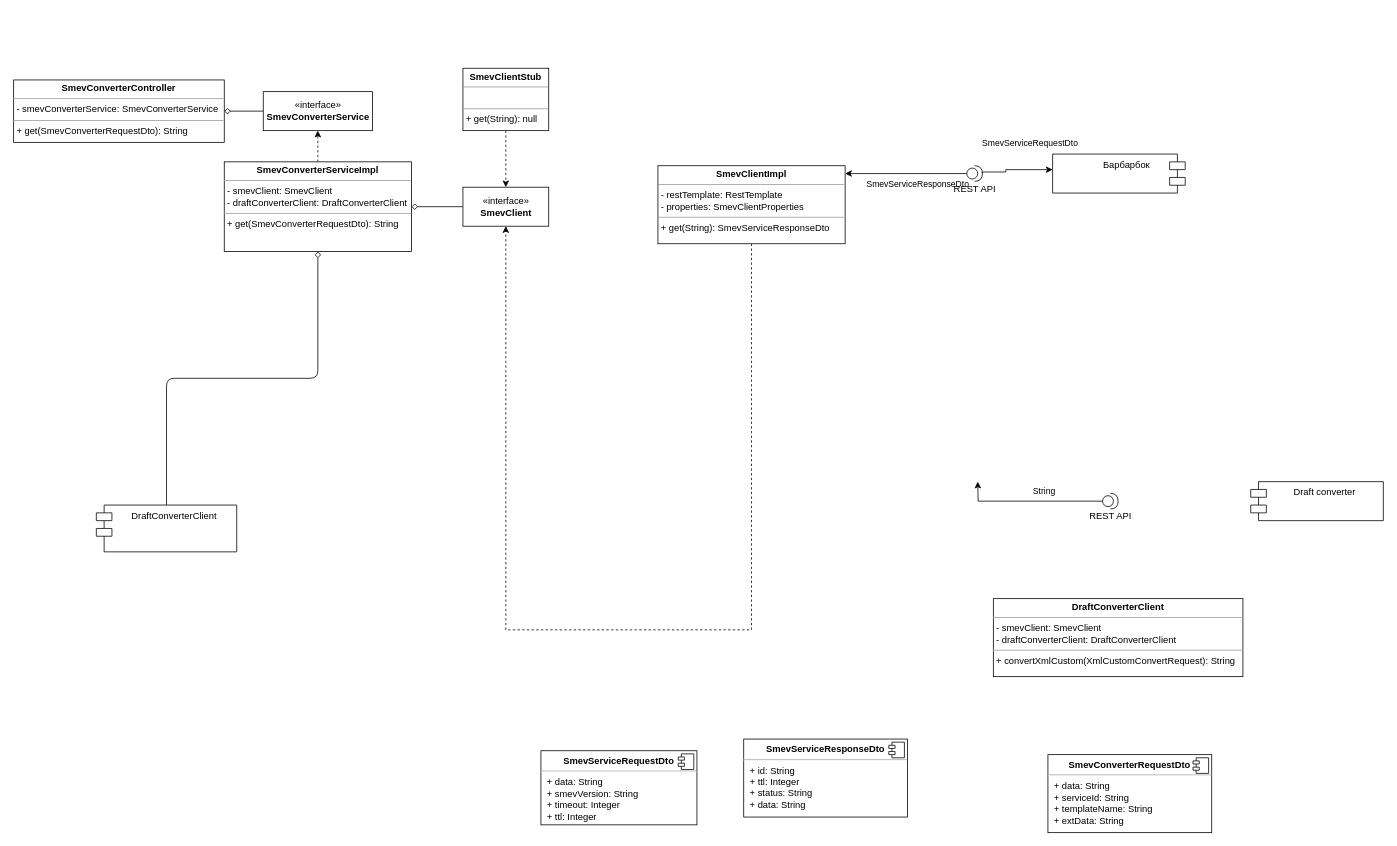
The draw.io diagram Untitled Diagram.drawio in levgenix/It_One, before the edit. Source tidied: cells renumbered, new cells numbered last; positions are measured from the earlier drawing's top-left corner, leaving out a move shared by most shapes. Both pictures are drawn from the tidied source at 78%, with x=0, y=0 at pixel (13, 68).
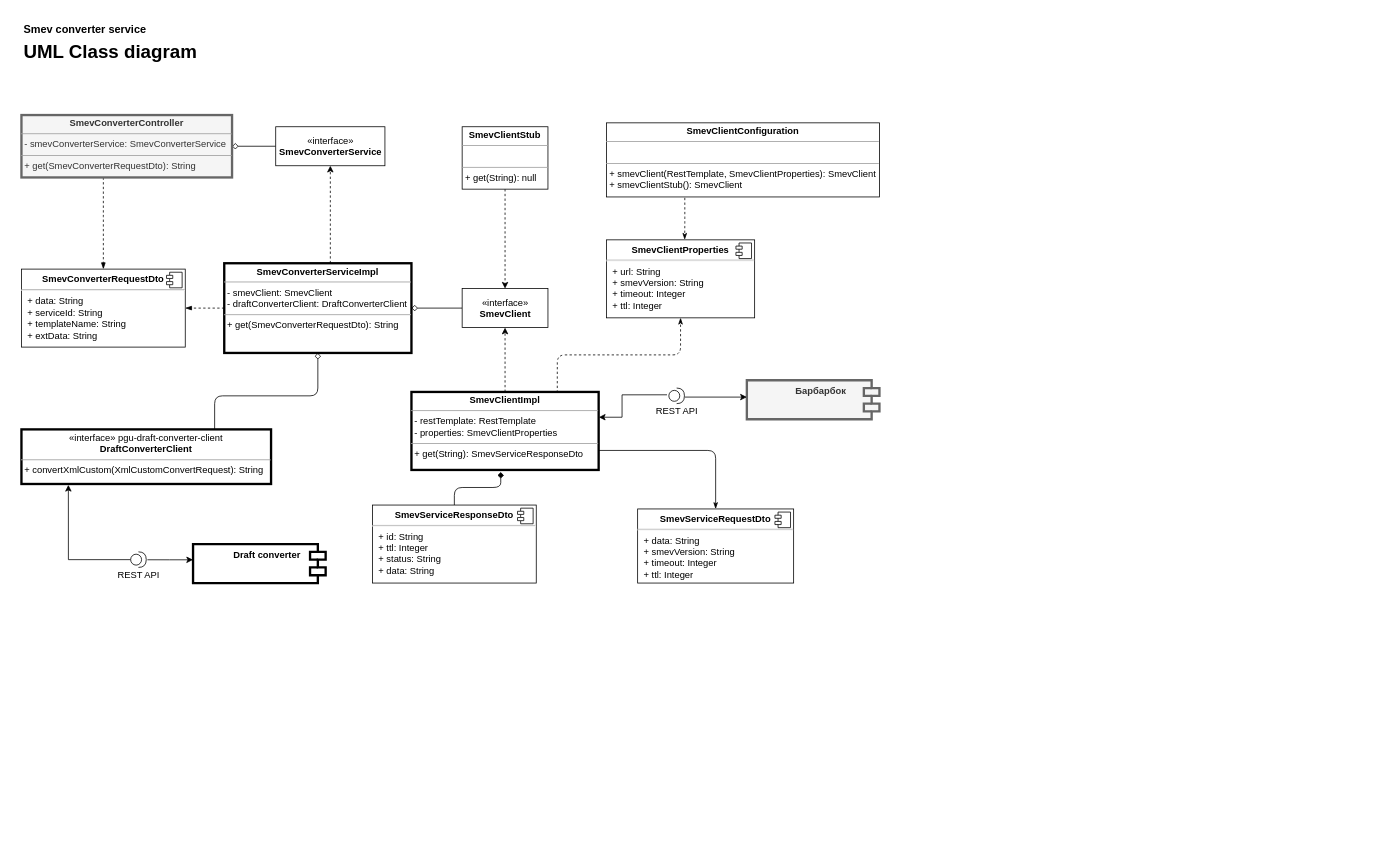
Above is the later version.

The edit, as a diff of the source:
```diff
@@
-    <mxCell id="2" style="edgeStyle=orthogonalEdgeStyle;jettySize=auto;html=1;exitX=0;exitY=0.5;exitDx=0;exitDy=0;exitPerimeter=0;rounded=0;" parent="1" edge="1" source="9">
-      <mxGeometry relative="1" as="geometry">
-        <mxPoint x="1236" y="530" as="targetPoint" />
-      </mxGeometry>
-    </mxCell>
-    <mxCell id="3" value="String" style="edgeLabel;html=1;align=center;verticalAlign=middle;rounded=0;" parent="2" vertex="1">
-      <mxGeometry x="-0.21" y="2" relative="1" as="geometry">
-        <mxPoint x="-3" y="-16" as="offset" />
-      </mxGeometry>
-    </mxCell>
     <mxCell id="4" style="edgeStyle=orthogonalEdgeStyle;jettySize=auto;html=1;dashed=1;rounded=0;" parent="1" edge="1" source="6" target="7">
-      <mxGeometry relative="1" as="geometry" />
+      <mxGeometry relative="1" as="geometry">
+        <Array as="points">
+          <mxPoint x="406" y="210" />
+          <mxPoint x="406" y="210" />
+        </Array>
+      </mxGeometry>
     </mxCell>
@@
-    <mxCell id="6" value="&lt;p style=&quot;margin: 0px ; margin-top: 4px ; text-align: center&quot;&gt;&lt;b&gt;SmevConverterServiceImpl&lt;/b&gt;&lt;br&gt;&lt;/p&gt;&lt;hr size=&quot;1&quot;&gt;&lt;p style=&quot;margin: 0px ; margin-left: 4px&quot;&gt;&lt;span&gt;-&amp;nbsp;smevClient:&amp;nbsp;SmevClient&lt;/span&gt;&lt;br&gt;&lt;/p&gt;&lt;p style=&quot;margin: 0px ; margin-left: 4px&quot;&gt;- draftConverterClient: DraftConverterClient&lt;/p&gt;&lt;hr size=&quot;1&quot;&gt;&lt;p style=&quot;margin: 0px ; margin-left: 4px&quot;&gt;+ get(SmevConverterRequestDto): String&lt;/p&gt;" style="verticalAlign=top;align=left;overflow=fill;fontSize=12;fontFamily=Helvetica;html=1;rounded=0;" parent="1" vertex="1">
-      <mxGeometry x="270" y="120" width="240" height="115" as="geometry" />
+    <mxCell id="6" value="&lt;p style=&quot;margin: 0px ; margin-top: 4px ; text-align: center&quot;&gt;&lt;b&gt;SmevConverterServiceImpl&lt;/b&gt;&lt;br&gt;&lt;/p&gt;&lt;hr size=&quot;1&quot;&gt;&lt;p style=&quot;margin: 0px ; margin-left: 4px&quot;&gt;&lt;span&gt;-&amp;nbsp;smevClient:&amp;nbsp;SmevClient&lt;/span&gt;&lt;br&gt;&lt;/p&gt;&lt;p style=&quot;margin: 0px ; margin-left: 4px&quot;&gt;- draftConverterClient: DraftConverterClient&lt;/p&gt;&lt;hr size=&quot;1&quot;&gt;&lt;p style=&quot;margin: 0px ; margin-left: 4px&quot;&gt;+ get(SmevConverterRequestDto): String&lt;/p&gt;" style="verticalAlign=top;align=left;overflow=fill;fontSize=12;fontFamily=Helvetica;html=1;rounded=0;strokeWidth=3;" parent="1" vertex="1">
+      <mxGeometry x="270" y="250" width="240" height="115" as="geometry" />
     </mxCell>
     <mxCell id="7" value="«interface»&lt;br&gt;&lt;b&gt;SmevConverterService&lt;/b&gt;" style="html=1;rounded=0;" parent="1" vertex="1">
-      <mxGeometry x="320" y="30" width="140" height="50" as="geometry" />
+      <mxGeometry x="336" y="75" width="140" height="50" as="geometry" />
     </mxCell>
-    <mxCell id="8" value="Draft converter" style="shape=module;align=left;spacingLeft=20;align=center;verticalAlign=top;rounded=0;" parent="1" vertex="1">
-      <mxGeometry x="1586" y="530" width="170" height="50" as="geometry" />
+    <mxCell id="8" value="Draft converter" style="shape=module;align=left;spacingLeft=20;align=center;verticalAlign=top;rounded=0;flipH=1;strokeWidth=3;fontStyle=1;" parent="1" vertex="1">
+      <mxGeometry x="230" y="610" width="170" height="50" as="geometry" />
     </mxCell>
-    <mxCell id="9" value="REST API" style="shape=providedRequiredInterface;html=1;verticalLabelPosition=bottom;sketch=0;rounded=0;" parent="1" vertex="1">
-      <mxGeometry x="1396" y="545" width="20" height="20" as="geometry" />
-    </mxCell>
-    <mxCell id="10" style="edgeStyle=orthogonalEdgeStyle;jettySize=auto;html=1;entryX=0.5;entryY=1;entryDx=0;entryDy=0;dashed=1;rounded=0;" parent="1" edge="1" source="11" target="19">
-      <mxGeometry relative="1" as="geometry">
-        <Array as="points">
-          <mxPoint x="640" y="720" />
-          <mxPoint x="701" y="720" />
-        </Array>
-      </mxGeometry>
+    <mxCell id="10" style="edgeStyle=orthogonalEdgeStyle;jettySize=auto;html=1;entryX=0.5;entryY=1;entryDx=0;entryDy=0;dashed=1;rounded=0;exitX=0.5;exitY=0;exitDx=0;exitDy=0;" parent="1" edge="1" source="11" target="19">
+      <mxGeometry relative="1" as="geometry" />
     </mxCell>
+    <mxCell id="32" style="edgeStyle=orthogonalEdgeStyle;jettySize=auto;html=1;endArrow=classicThin;endFill=1;exitX=0.999;exitY=0.724;exitDx=0;exitDy=0;exitPerimeter=0;" parent="1" edge="1" source="11" target="23">
+      <mxGeometry relative="1" as="geometry">
+        <Array as="points">
+          <mxPoint x="730" y="490" />
+          <mxPoint x="830" y="490" />
+          <mxPoint x="900" y="490" />
+        </Array>
+      </mxGeometry>
+    </mxCell>
-    <mxCell id="11" value="&lt;p style=&quot;margin: 0px ; margin-top: 4px ; text-align: center&quot;&gt;&lt;b&gt;SmevClientImpl&lt;/b&gt;&lt;br&gt;&lt;/p&gt;&lt;hr size=&quot;1&quot;&gt;&lt;p style=&quot;margin: 0px ; margin-left: 4px&quot;&gt;&lt;span&gt;-&amp;nbsp;restTemplate:&amp;nbsp;RestTemplate&lt;/span&gt;&lt;br&gt;&lt;/p&gt;&lt;p style=&quot;margin: 0px ; margin-left: 4px&quot;&gt;- properties: SmevClientProperties&lt;/p&gt;&lt;hr size=&quot;1&quot;&gt;&lt;p style=&quot;margin: 0px ; margin-left: 4px&quot;&gt;+ get(String): SmevServiceResponseDto&lt;/p&gt;" style="verticalAlign=top;align=left;overflow=fill;fontSize=12;fontFamily=Helvetica;html=1;rounded=0;" parent="1" vertex="1">
-      <mxGeometry x="826" y="125" width="240" height="100" as="geometry" />
+    <mxCell id="11" value="&lt;p style=&quot;margin: 0px ; margin-top: 4px ; text-align: center&quot;&gt;&lt;b&gt;SmevClientImpl&lt;/b&gt;&lt;br&gt;&lt;/p&gt;&lt;hr size=&quot;1&quot;&gt;&lt;p style=&quot;margin: 0px ; margin-left: 4px&quot;&gt;&lt;span&gt;-&amp;nbsp;restTemplate:&amp;nbsp;RestTemplate&lt;/span&gt;&lt;br&gt;&lt;/p&gt;&lt;p style=&quot;margin: 0px ; margin-left: 4px&quot;&gt;- properties: SmevClientProperties&lt;/p&gt;&lt;hr size=&quot;1&quot;&gt;&lt;p style=&quot;margin: 0px ; margin-left: 4px&quot;&gt;+ get(String): SmevServiceResponseDto&lt;/p&gt;" style="verticalAlign=top;align=left;overflow=fill;fontSize=12;fontFamily=Helvetica;html=1;rounded=0;strokeWidth=3;" parent="1" vertex="1">
+      <mxGeometry x="510" y="415" width="240" height="100" as="geometry" />
     </mxCell>
-    <mxCell id="12" value="Барбарбок" style="shape=module;align=left;spacingLeft=20;align=center;verticalAlign=top;flipH=1;rounded=0;" parent="1" vertex="1">
-      <mxGeometry x="1332" y="110" width="170" height="50" as="geometry" />
+    <mxCell id="12" value="Барбарбок" style="shape=module;align=left;spacingLeft=20;align=center;verticalAlign=top;flipH=1;rounded=0;strokeWidth=3;fontStyle=1;fillColor=#f5f5f5;fontColor=#333333;strokeColor=#666666;" parent="1" vertex="1">
+      <mxGeometry x="940" y="400" width="170" height="50" as="geometry" />
     </mxCell>
-    <mxCell id="13" style="edgeStyle=orthogonalEdgeStyle;jettySize=auto;html=1;exitX=0;exitY=0.5;exitDx=0;exitDy=0;exitPerimeter=0;rounded=0;" parent="1" edge="1" source="17" target="11">
+    <mxCell id="13" style="edgeStyle=orthogonalEdgeStyle;jettySize=auto;html=1;rounded=0;exitX=1.035;exitY=0.579;exitDx=0;exitDy=0;entryX=1;entryY=0.432;entryDx=0;entryDy=0;exitPerimeter=0;entryPerimeter=0;" parent="1" edge="1" source="17" target="12">
       <mxGeometry relative="1" as="geometry">
         <Array as="points">
-          <mxPoint x="1222" y="135" />
+          <mxPoint x="861" y="422" />
+          <mxPoint x="900" y="422" />
         </Array>
       </mxGeometry>
     </mxCell>
-    <mxCell id="14" value="SmevServiceResponseDto" style="edgeLabel;html=1;align=center;verticalAlign=middle;rounded=0;" parent="13" vertex="1">
-      <mxGeometry x="-0.19" relative="1" as="geometry">
-        <mxPoint x="-1" y="13" as="offset" />
-      </mxGeometry>
-    </mxCell>
-    <mxCell id="15" style="edgeStyle=orthogonalEdgeStyle;jettySize=auto;html=1;exitX=1;exitY=0.5;exitDx=0;exitDy=0;exitPerimeter=0;rounded=0;" parent="1" edge="1" source="17" target="12">
+    <mxCell id="15" style="edgeStyle=orthogonalEdgeStyle;jettySize=auto;html=1;rounded=0;exitX=-0.117;exitY=0.433;exitDx=0;exitDy=0;exitPerimeter=0;entryX=1.001;entryY=0.324;entryDx=0;entryDy=0;entryPerimeter=0;" parent="1" edge="1" source="17" target="11">
       <mxGeometry relative="1" as="geometry">
         <Array as="points">
-          <mxPoint x="1242" y="133" />
-          <mxPoint x="1272" y="133" />
-          <mxPoint x="1272" y="130" />
+          <mxPoint x="780" y="419" />
+          <mxPoint x="780" y="447" />
+          <mxPoint x="750" y="447" />
         </Array>
       </mxGeometry>
     </mxCell>
-    <mxCell id="16" value="SmevServiceRequestDto" style="edgeLabel;html=1;align=center;verticalAlign=middle;rounded=0;" parent="15" vertex="1">
-      <mxGeometry x="-0.05" y="-1" relative="1" as="geometry">
-        <mxPoint x="20" y="-36" as="offset" />
-      </mxGeometry>
-    </mxCell>
     <mxCell id="17" value="REST API" style="shape=providedRequiredInterface;html=1;verticalLabelPosition=bottom;sketch=0;rounded=0;" parent="1" vertex="1">
-      <mxGeometry x="1222" y="125" width="20" height="20" as="geometry" />
+      <mxGeometry x="840" y="410" width="20" height="20" as="geometry" />
     </mxCell>
@@
     <mxCell id="19" value="«interface»&lt;br&gt;&lt;b&gt;SmevClient&lt;/b&gt;" style="html=1;rounded=0;" parent="1" vertex="1">
-      <mxGeometry x="576" y="152.5" width="110" height="50" as="geometry" />
+      <mxGeometry x="575" y="282.5" width="110" height="50" as="geometry" />
     </mxCell>
     <mxCell id="20" style="edgeStyle=orthogonalEdgeStyle;jettySize=auto;html=1;entryX=0.5;entryY=0;entryDx=0;entryDy=0;dashed=1;rounded=0;exitX=0.5;exitY=1;exitDx=0;exitDy=0;" parent="1" edge="1" source="21" target="19">
       <mxGeometry relative="1" as="geometry">
         <Array as="points">
-          <mxPoint x="631" y="120" />
-          <mxPoint x="631" y="120" />
+          <mxPoint x="630" y="157.5" />
+          <mxPoint x="630" y="157.5" />
         </Array>
       </mxGeometry>
     </mxCell>
     <mxCell id="21" value="&lt;p style=&quot;margin: 0px ; margin-top: 4px ; text-align: center&quot;&gt;&lt;b&gt;SmevClientStub&lt;/b&gt;&lt;br&gt;&lt;/p&gt;&lt;hr size=&quot;1&quot;&gt;&lt;p style=&quot;margin: 0px ; margin-left: 4px&quot;&gt;&lt;br&gt;&lt;/p&gt;&lt;hr size=&quot;1&quot;&gt;&lt;p style=&quot;margin: 0px ; margin-left: 4px&quot;&gt;+ get(String): null&lt;/p&gt;" style="verticalAlign=top;align=left;overflow=fill;fontSize=12;fontFamily=Helvetica;html=1;rounded=0;" parent="1" vertex="1">
-      <mxGeometry x="576" width="110" height="80" as="geometry" />
+      <mxGeometry x="575" y="75" width="110" height="80" as="geometry" />
     </mxCell>
-    <mxCell id="22" value="&lt;p style=&quot;margin: 0px ; margin-top: 4px ; text-align: center&quot;&gt;&lt;b&gt;DraftConverterClient&lt;/b&gt;&lt;br&gt;&lt;/p&gt;&lt;hr size=&quot;1&quot;&gt;&lt;p style=&quot;margin: 0px ; margin-left: 4px&quot;&gt;&lt;span&gt;-&amp;nbsp;smevClient:&amp;nbsp;SmevClient&lt;/span&gt;&lt;br&gt;&lt;/p&gt;&lt;p style=&quot;margin: 0px ; margin-left: 4px&quot;&gt;- draftConverterClient: DraftConverterClient&lt;/p&gt;&lt;hr size=&quot;1&quot;&gt;&lt;p style=&quot;margin: 0px ; margin-left: 4px&quot;&gt;+ convertXmlCustom(XmlCustomConvertRequest): String&lt;/p&gt;" style="verticalAlign=top;align=left;overflow=fill;fontSize=12;fontFamily=Helvetica;html=1;rounded=0;" parent="1" vertex="1">
-      <mxGeometry x="1256" y="680" width="320" height="100" as="geometry" />
+    <mxCell id="22" value="&lt;p style=&quot;margin: 0px ; margin-top: 4px ; text-align: center&quot;&gt;«interface»&amp;nbsp;pgu-draft-converter-client&lt;b&gt;&lt;br&gt;DraftConverterClient&lt;/b&gt;&lt;br&gt;&lt;/p&gt;&lt;hr size=&quot;1&quot;&gt;&lt;p style=&quot;margin: 0px ; margin-left: 4px&quot;&gt;&lt;/p&gt;&lt;p style=&quot;margin: 0px ; margin-left: 4px&quot;&gt;+ convertXmlCustom(XmlCustomConvertRequest): String&lt;/p&gt;" style="verticalAlign=top;align=left;overflow=fill;fontSize=12;fontFamily=Helvetica;html=1;rounded=0;strokeWidth=3;" parent="1" vertex="1">
+      <mxGeometry x="10" y="463" width="320" height="70" as="geometry" />
     </mxCell>
     <mxCell id="23" value="&lt;p style=&quot;margin: 0px ; margin-top: 6px ; text-align: center&quot;&gt;&lt;b&gt;SmevServiceRequestDto&lt;/b&gt;&lt;br&gt;&lt;/p&gt;&lt;hr&gt;&lt;p style=&quot;margin: 0px ; margin-left: 8px&quot;&gt;+ data: String&lt;br&gt;+ smevVersion: String&lt;/p&gt;&lt;p style=&quot;margin: 0px ; margin-left: 8px&quot;&gt;+&amp;nbsp;timeout:&amp;nbsp;Integer&lt;/p&gt;&lt;p style=&quot;margin: 0px ; margin-left: 8px&quot;&gt;+ ttl: Integer&lt;/p&gt;" style="align=left;overflow=fill;html=1;rounded=0;" parent="1" vertex="1">
-      <mxGeometry x="676" y="875" width="200" height="95" as="geometry" />
+      <mxGeometry x="800" y="565" width="200" height="95" as="geometry" />
     </mxCell>
@@
+    <mxCell id="33" style="edgeStyle=orthogonalEdgeStyle;jettySize=auto;html=1;entryX=0.477;entryY=1.027;entryDx=0;entryDy=0;entryPerimeter=0;endArrow=diamond;endFill=1;" parent="1" edge="1" source="25" target="11">
+      <mxGeometry relative="1" as="geometry" />
+    </mxCell>
     <mxCell id="25" value="&lt;p style=&quot;margin: 0px ; margin-top: 6px ; text-align: center&quot;&gt;&lt;b&gt;SmevServiceResponseDto&lt;/b&gt;&lt;br&gt;&lt;/p&gt;&lt;hr&gt;&lt;p style=&quot;margin: 0px ; margin-left: 8px&quot;&gt;+ id: String&lt;br&gt;+ ttl: Integer&lt;/p&gt;&lt;p style=&quot;margin: 0px ; margin-left: 8px&quot;&gt;+&amp;nbsp;status: String&lt;/p&gt;&lt;p style=&quot;margin: 0px ; margin-left: 8px&quot;&gt;+ data: String&lt;/p&gt;" style="align=left;overflow=fill;html=1;rounded=0;" parent="1" vertex="1">
-      <mxGeometry x="936" y="860" width="210" height="100" as="geometry" />
+      <mxGeometry x="460" y="560" width="210" height="100" as="geometry" />
     </mxCell>
@@
+    <mxCell id="34" style="edgeStyle=orthogonalEdgeStyle;jettySize=auto;html=1;endArrow=blockThin;endFill=1;dashed=1;" parent="1" edge="1" source="6" target="27">
+      <mxGeometry relative="1" as="geometry" />
+    </mxCell>
     <mxCell id="27" value="&lt;p style=&quot;margin: 0px ; margin-top: 6px ; text-align: center&quot;&gt;&lt;b&gt;SmevConverterRequestDto&lt;/b&gt;&lt;br&gt;&lt;/p&gt;&lt;hr&gt;&lt;p style=&quot;margin: 0px ; margin-left: 8px&quot;&gt;+ data: String&lt;br&gt;+ serviceId: String&lt;/p&gt;&lt;p style=&quot;margin: 0px ; margin-left: 8px&quot;&gt;+&amp;nbsp;templateName:&amp;nbsp;String&lt;/p&gt;&lt;p style=&quot;margin: 0px ; margin-left: 8px&quot;&gt;+ extData: String&lt;/p&gt;" style="align=left;overflow=fill;html=1;rounded=0;" parent="1" vertex="1">
-      <mxGeometry x="1326" y="880" width="210" height="100" as="geometry" />
+      <mxGeometry x="10" y="257.5" width="210" height="100" as="geometry" />
     </mxCell>
@@
-    <mxCell id="29" style="edgeStyle=orthogonalEdgeStyle;jettySize=auto;html=1;entryX=0.5;entryY=1;entryDx=0;entryDy=0;endArrow=diamond;endFill=0;" parent="1" edge="1" source="30" target="6">
-      <mxGeometry relative="1" as="geometry" />
+    <mxCell id="29" style="edgeStyle=orthogonalEdgeStyle;jettySize=auto;html=1;endArrow=diamond;endFill=0;exitX=0.774;exitY=-0.005;exitDx=0;exitDy=0;exitPerimeter=0;" parent="1" edge="1" source="22" target="6">
+      <mxGeometry relative="1" as="geometry">
+        <Array as="points">
+          <mxPoint x="258" y="420" />
+          <mxPoint x="390" y="420" />
+        </Array>
+      </mxGeometry>
     </mxCell>
-    <mxCell id="30" value="DraftConverterClient" style="shape=module;align=left;spacingLeft=20;align=center;verticalAlign=top;" parent="1" vertex="1">
-      <mxGeometry x="106" y="560" width="180" height="60" as="geometry" />
-    </mxCell>
+    <mxCell id="35" style="edgeStyle=orthogonalEdgeStyle;jettySize=auto;html=1;entryX=0.5;entryY=0;entryDx=0;entryDy=0;dashed=1;endArrow=blockThin;endFill=1;" parent="1" edge="1" source="31" target="27">
+      <mxGeometry relative="1" as="geometry">
+        <Array as="points">
+          <mxPoint x="115" y="200" />
+          <mxPoint x="115" y="200" />
+        </Array>
+      </mxGeometry>
+    </mxCell>
-    <mxCell id="31" value="&lt;p style=&quot;margin: 0px ; margin-top: 4px ; text-align: center&quot;&gt;&lt;b&gt;SmevConverterController&lt;/b&gt;&lt;br&gt;&lt;/p&gt;&lt;hr size=&quot;1&quot;&gt;&lt;p style=&quot;margin: 0px ; margin-left: 4px&quot;&gt;&lt;span&gt;- smevConverterService: SmevConverterService&lt;/span&gt;&lt;br&gt;&lt;/p&gt;&lt;hr size=&quot;1&quot;&gt;&lt;p style=&quot;margin: 0px ; margin-left: 4px&quot;&gt;+ get(SmevConverterRequestDto): String&lt;/p&gt;" style="verticalAlign=top;align=left;overflow=fill;fontSize=12;fontFamily=Helvetica;html=1;rounded=0;" parent="1" vertex="1">
-      <mxGeometry y="15" width="270" height="80" as="geometry" />
+    <mxCell id="31" value="&lt;p style=&quot;margin: 0px ; margin-top: 4px ; text-align: center&quot;&gt;&lt;b&gt;SmevConverterController&lt;/b&gt;&lt;br&gt;&lt;/p&gt;&lt;hr size=&quot;1&quot;&gt;&lt;p style=&quot;margin: 0px ; margin-left: 4px&quot;&gt;&lt;span&gt;- smevConverterService: SmevConverterService&lt;/span&gt;&lt;br&gt;&lt;/p&gt;&lt;hr size=&quot;1&quot;&gt;&lt;p style=&quot;margin: 0px ; margin-left: 4px&quot;&gt;+ get(SmevConverterRequestDto): String&lt;/p&gt;" style="verticalAlign=top;align=left;overflow=fill;fontSize=12;fontFamily=Helvetica;html=1;rounded=0;strokeWidth=3;fillColor=#f5f5f5;fontColor=#333333;strokeColor=#666666;" parent="1" vertex="1">
+      <mxGeometry x="10" y="60" width="270" height="80" as="geometry" />
     </mxCell>
+    <mxCell id="36" style="edgeStyle=orthogonalEdgeStyle;jettySize=auto;html=1;endArrow=classicThin;endFill=1;exitX=0.779;exitY=0.01;exitDx=0;exitDy=0;exitPerimeter=0;dashed=1;" parent="1" edge="1" source="11" target="37">
+      <mxGeometry relative="1" as="geometry" />
+    </mxCell>
+    <mxCell id="37" value="&lt;p style=&quot;margin: 0px ; margin-top: 6px ; text-align: center&quot;&gt;&lt;b&gt;SmevClientProperties&lt;/b&gt;&lt;br&gt;&lt;/p&gt;&lt;hr&gt;&lt;p style=&quot;margin: 0px ; margin-left: 8px&quot;&gt;+ url: String&lt;br&gt;+ smevVersion: String&lt;/p&gt;&lt;p style=&quot;margin: 0px ; margin-left: 8px&quot;&gt;+&amp;nbsp;timeout:&amp;nbsp;Integer&lt;/p&gt;&lt;p style=&quot;margin: 0px ; margin-left: 8px&quot;&gt;+ ttl: Integer&lt;/p&gt;" style="align=left;overflow=fill;html=1;rounded=0;" parent="1" vertex="1">
+      <mxGeometry x="760" y="220" width="190" height="100" as="geometry" />
+    </mxCell>
+    <mxCell id="38" style="shape=component;jettyWidth=8;jettyHeight=4;rounded=0;" parent="37" vertex="1">
+      <mxGeometry x="1" width="20" height="20" relative="1" as="geometry">
+        <mxPoint x="-24" y="4" as="offset" />
+      </mxGeometry>
+    </mxCell>
+    <mxCell id="39" style="edgeStyle=orthogonalEdgeStyle;jettySize=auto;html=1;dashed=1;endArrow=classicThin;endFill=1;exitX=0.287;exitY=1.012;exitDx=0;exitDy=0;exitPerimeter=0;entryX=0.528;entryY=-0.003;entryDx=0;entryDy=0;entryPerimeter=0;" parent="1" edge="1" source="40" target="37">
+      <mxGeometry relative="1" as="geometry" />
+    </mxCell>
+    <mxCell id="40" value="&lt;p style=&quot;margin: 0px ; margin-top: 4px ; text-align: center&quot;&gt;&lt;b&gt;SmevClientConfiguration&lt;/b&gt;&lt;br&gt;&lt;/p&gt;&lt;hr size=&quot;1&quot;&gt;&lt;p style=&quot;margin: 0px ; margin-left: 4px&quot;&gt;&lt;br&gt;&lt;/p&gt;&lt;hr size=&quot;1&quot;&gt;&lt;p style=&quot;margin: 0px ; margin-left: 4px&quot;&gt;+ smevClient(RestTemplate, SmevClientProperties): SmevClient&lt;/p&gt;&lt;p style=&quot;margin: 0px ; margin-left: 4px&quot;&gt;+&amp;nbsp;smevClientStub(): SmevClient&lt;/p&gt;" style="verticalAlign=top;align=left;overflow=fill;fontSize=12;fontFamily=Helvetica;html=1;rounded=0;" parent="1" vertex="1">
+      <mxGeometry x="760" y="70" width="350" height="95" as="geometry" />
+    </mxCell>
+    <mxCell id="41" style="edgeStyle=orthogonalEdgeStyle;jettySize=auto;html=1;rounded=0;exitX=1.073;exitY=0.508;exitDx=0;exitDy=0;exitPerimeter=0;" parent="1" edge="1" source="9" target="8">
+      <mxGeometry relative="1" as="geometry">
+        <Array as="points">
+          <mxPoint x="200" y="630" />
+          <mxPoint x="200" y="630" />
+        </Array>
+      </mxGeometry>
+    </mxCell>
+    <mxCell id="42" style="edgeStyle=orthogonalEdgeStyle;jettySize=auto;html=1;rounded=0;entryX=0.188;entryY=1.016;entryDx=0;entryDy=0;entryPerimeter=0;exitX=0;exitY=0.5;exitDx=0;exitDy=0;exitPerimeter=0;" parent="1" edge="1" source="9" target="22">
+      <mxGeometry relative="1" as="geometry">
+        <Array as="points">
+          <mxPoint x="70" y="630" />
+          <mxPoint x="70" y="534" />
+        </Array>
+      </mxGeometry>
+    </mxCell>
+    <mxCell id="9" value="REST API" style="shape=providedRequiredInterface;html=1;verticalLabelPosition=bottom;sketch=0;rounded=0;align=center;" parent="1" vertex="1">
+      <mxGeometry x="150" y="620" width="20" height="20" as="geometry" />
+    </mxCell>
+    <mxCell id="43" value="UML Class diagram" style="text;strokeColor=none;fillColor=none;html=1;fontSize=24;fontStyle=1;verticalAlign=middle;align=left;" parent="1" vertex="1">
+      <mxGeometry x="11" y="-40" width="100" height="40" as="geometry" />
+    </mxCell>
+    <mxCell id="44" value="Smev converter service" style="text;strokeColor=none;fillColor=none;html=1;fontSize=14;fontStyle=1;verticalAlign=middle;align=left;" parent="1" vertex="1">
+      <mxGeometry x="11" y="-70" width="100" height="40" as="geometry" />
+    </mxCell>
```
